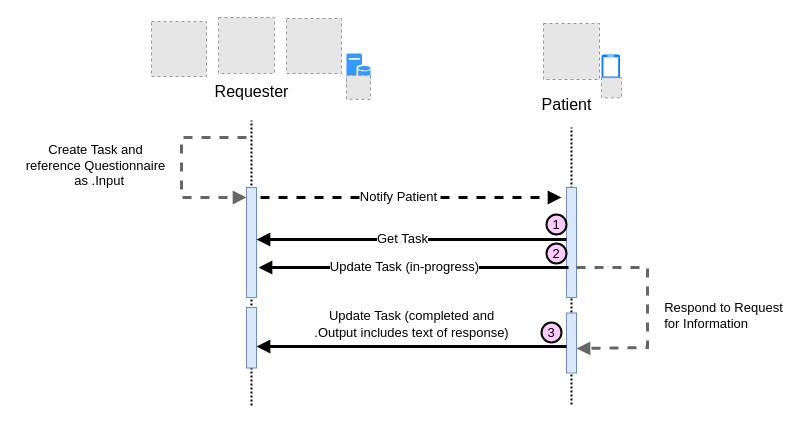
This is Images Source/PatientInformation.drawio from HL7/fhir-sdoh-clinicalcare, a draw.io file, before an edit. Source tidied: cells renumbered, new cells numbered last; positions are measured from the earlier drawing's top-left corner, leaving out a move shared by most shapes. Both pictures are drawn from the tidied source at 100%, with x=0, y=0 at pixel (20, 17). Pictures stored in the file or linked from it are replaced by grey dashed boxes.
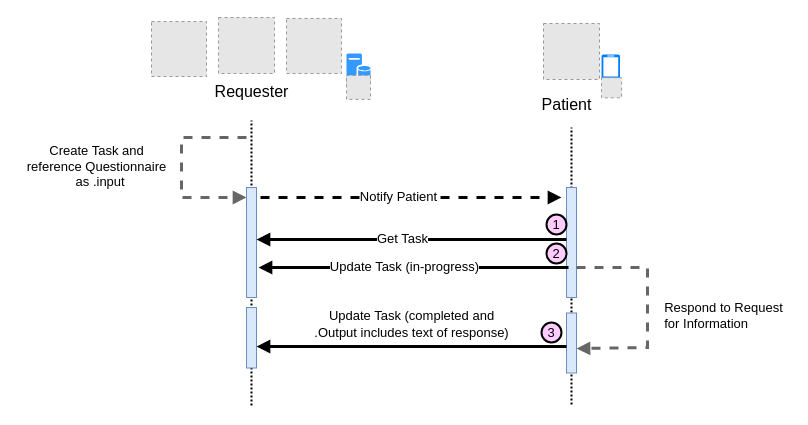
The same page after the edit.

The edit, as a diff of the source:
```diff
@@
-    <mxCell id="16" value="&lt;span style=&quot;font-size: 13px; text-align: left; background-color: rgb(255, 255, 255);&quot;&gt;Create Task and &lt;br style=&quot;font-size: 13px;&quot;&gt;reference&amp;nbsp;&lt;/span&gt;&lt;span style=&quot;font-size: 13px; text-align: left; background-color: rgb(255, 255, 255);&quot;&gt;Questionnaire&lt;br style=&quot;font-size: 13px;&quot;&gt;&amp;nbsp; as .Input&lt;/span&gt;" style="text;html=1;align=center;verticalAlign=middle;strokeColor=none;fillColor=none;fontSize=13;" parent="1" vertex="1">
-      <mxGeometry y="122" width="150" height="52" as="geometry" />
+    <mxCell id="16" value="&lt;span style=&quot;font-size: 13px; text-align: left; background-color: rgb(255, 255, 255);&quot;&gt;Create Task and &lt;br style=&quot;font-size: 13px;&quot;&gt;reference&amp;nbsp;&lt;/span&gt;&lt;span style=&quot;font-size: 13px; text-align: left; background-color: rgb(255, 255, 255);&quot;&gt;Questionnaire&lt;br style=&quot;font-size: 13px;&quot;&gt;&amp;nbsp; as .input&lt;/span&gt;" style="text;html=1;align=center;verticalAlign=middle;strokeColor=none;fillColor=none;fontSize=13;" parent="1" vertex="1">
+      <mxGeometry x="-3" y="119" width="157" height="59" as="geometry" />
     </mxCell>
```
